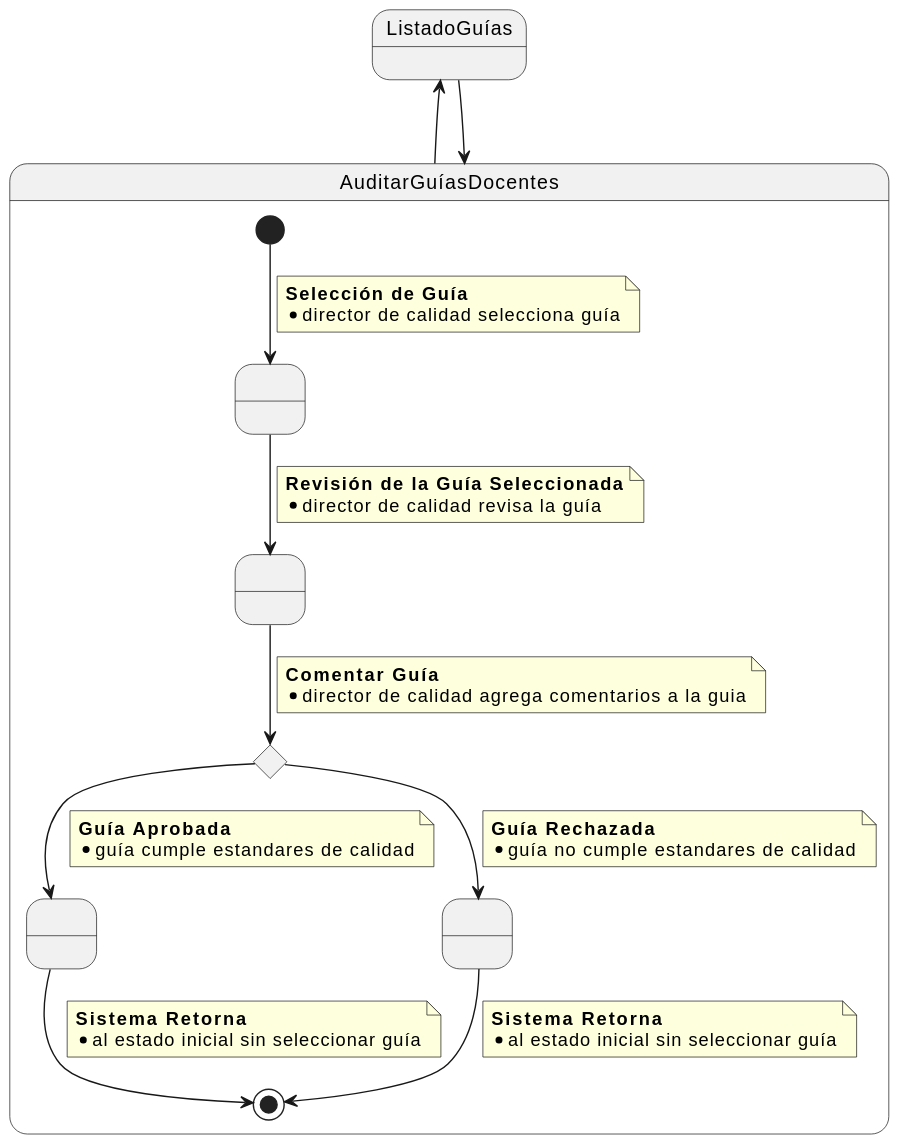
Earlier version of the PlantUML export images/modelosUML/AuditarGD.svg (mmasias/24-25-IdSw1-SDR).
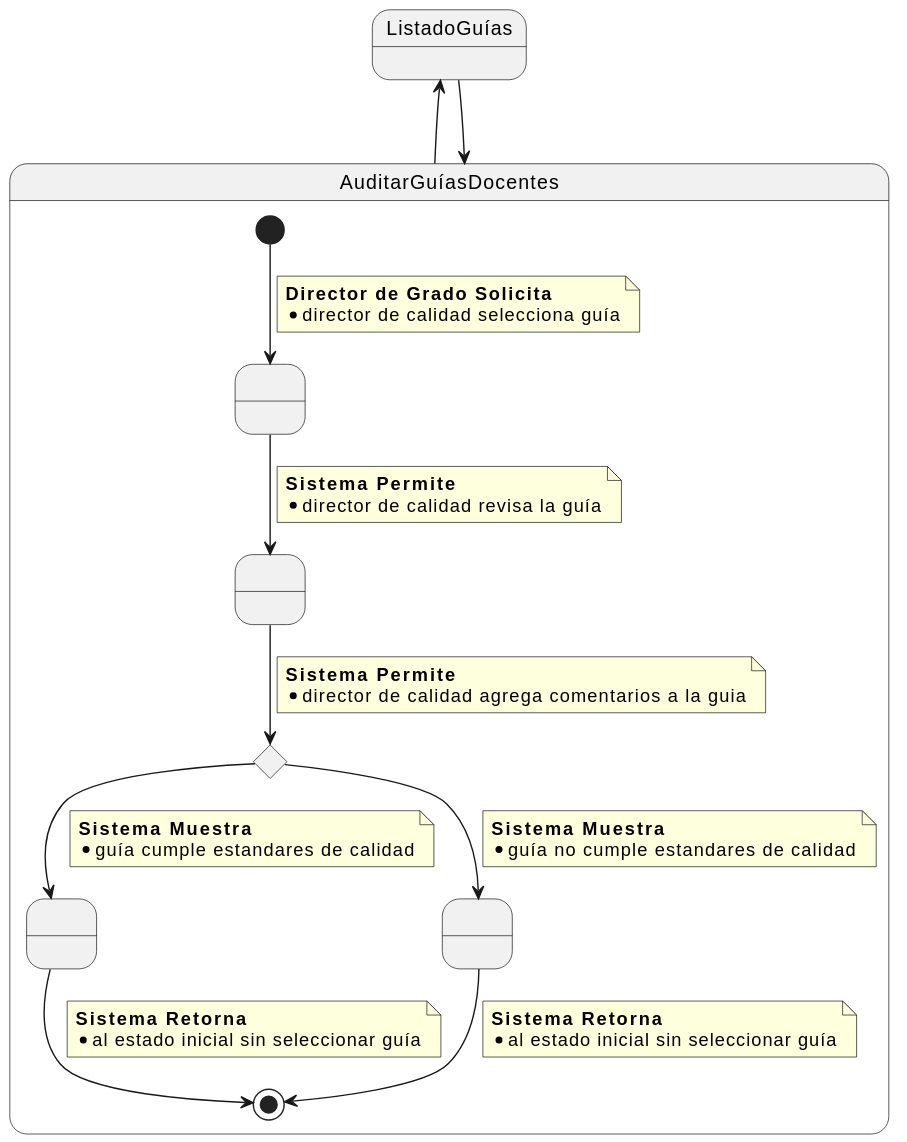
Above is the later version.

Change to the diagram source:
```diff
@@ -11,25 +11,25 @@
 
     [*] --> SeleccionarGuia
     note on link
-    <b>Selección de Guía</b>
+    <b>Director de Grado Solicita</b>
     * director de calidad selecciona guía
     end note
 
     SeleccionarGuia --> RevisarGuia
     note on link
-    <b>Revisión de la Guía Seleccionada</b>
+    <b>Sistema Permite</b>
     * director de calidad revisa la guía
     end note
 
     RevisarGuia --> RealizarComentarios
     note on link
-    <b>Comentar Guía</b>
+    <b>Sistema Permite</b>
     * director de calidad agrega comentarios a la guia
     end note
 
     RealizarComentarios -->  GuardarAuditoria
     note on link
-    <b>Guía Aprobada</b>
+    <b>Sistema Muestra</b>
     * guía cumple estandares de calidad
     end note
 
@@ -41,7 +41,7 @@
 
     RealizarComentarios --> GuiaConProblemas
     note on link
-    <b>Guía Rechazada</b>
+    <b>Sistema Muestra</b>
     * guía no cumple estandares de calidad
     end note
 
```
